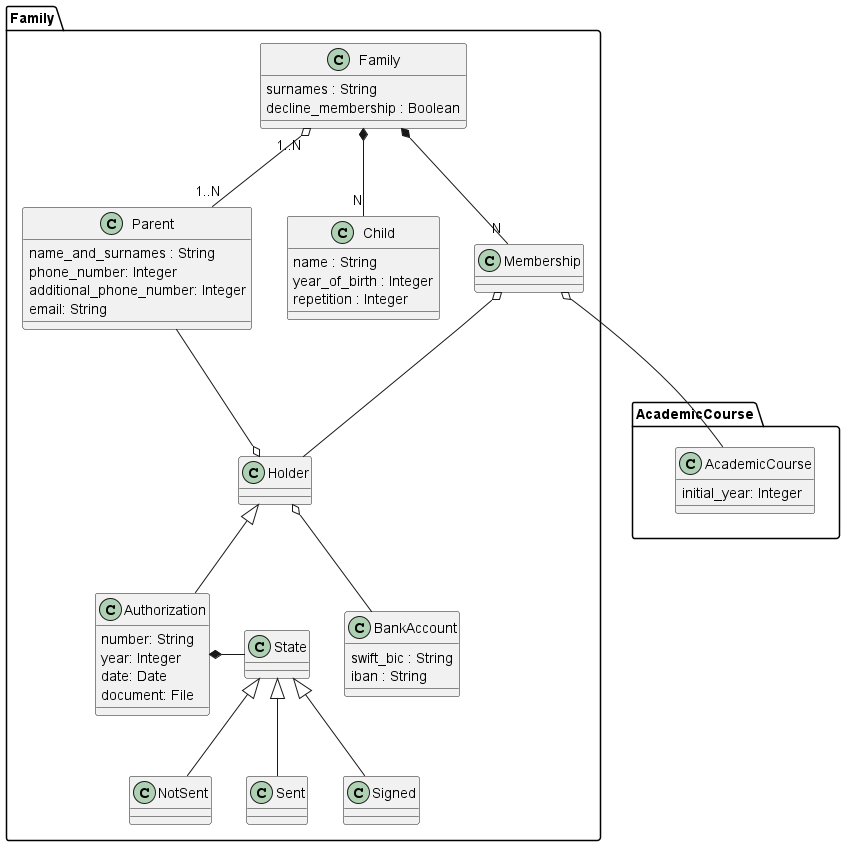
The PlantUML diagram doc/DomainModelDiagram/FamilyPackage/FamilyPackage.png in IgnacioMaestro/ampa-manager, before a commit.
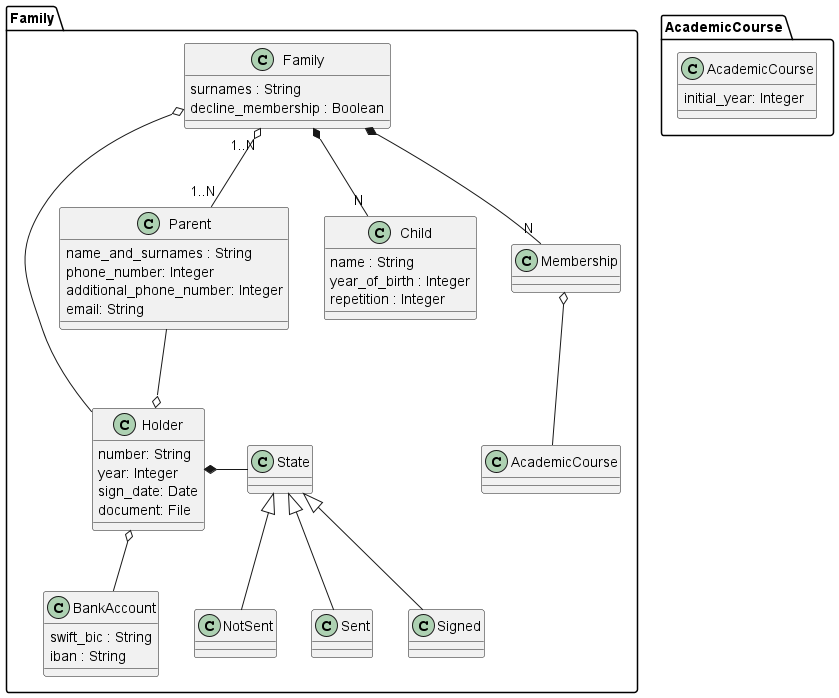
Above is the later version.

What changed in the source:
```diff
@@ -15,16 +15,15 @@
     year_of_birth : Integer
     repetition : Integer
   }
-  class Holder
+  class Holder {
+      number: String
+      year: Integer
+      sign_date: Date
+      document: File
+  }
   class BankAccount {
     swift_bic : String
     iban : String
-  }
-  class Authorization {
-    number: String
-    year: Integer
-    date: Date
-    document: File
   }
   class State
   class NotSent
@@ -34,16 +33,16 @@
   NotSent -up-|> State
   Sent -up-|> State
   Signed -up-|> State
-  Authorization *-right- State
+  Holder *-right- State
 
   class Membership
   Parent --o Holder: ""
   Holder o-- BankAccount
-  Membership o-- Holder
+  Family o-- Holder
+
 
   Family "1..N" o-- "1..N" Parent
   Family *-- "N" Child
-  Holder <|-- Authorization
   Family *-- "N" Membership: ""
   Membership o-- AcademicCourse
 }
```
